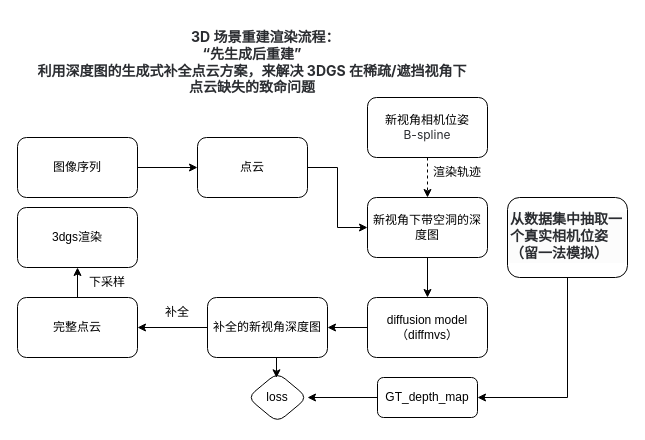
Before: model_net.drawio in zzcPeace/draw.io, a draw.io diagram. Source tidied: cells renumbered, new cells numbered last; positions are measured from the earlier drawing's top-left corner, leaving out a move shared by most shapes. Both pictures are drawn from the tidied source at 100%, with x=0, y=0 at pixel (17, 17).
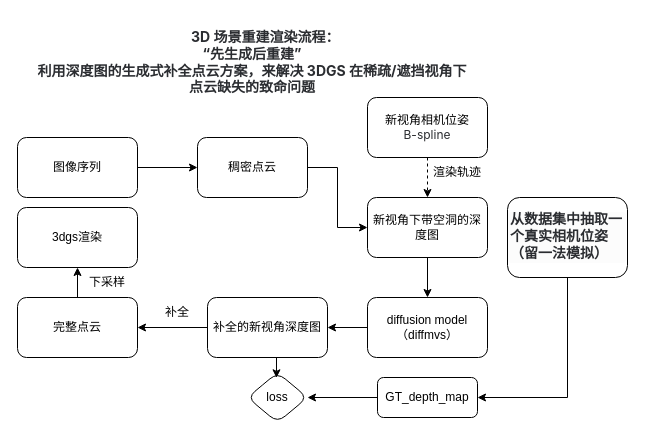
After the change.

Change to the diagram source:
```diff
@@
-    <mxCell id="5" value="点云" style="whiteSpace=wrap;html=1;rounded=1;" parent="1" vertex="1">
+    <mxCell id="5" value="稠密点云" style="whiteSpace=wrap;html=1;rounded=1;" parent="1" vertex="1">
       <mxGeometry x="180" y="120" width="110" height="60" as="geometry" />
     </mxCell>
```
